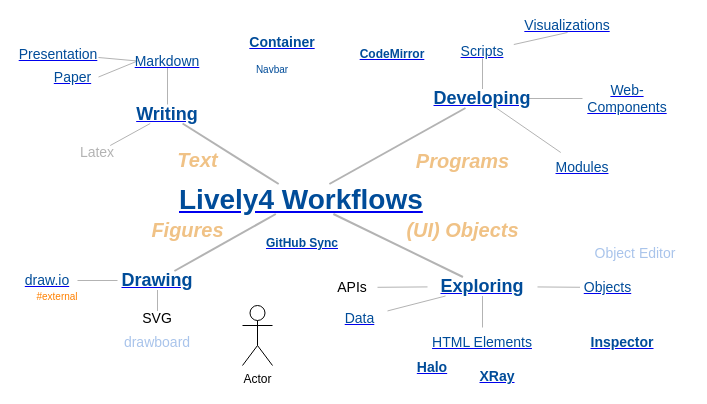
Above: doc/figures/workflows.drawio in LivelyKernel/lively4-core (draw.io), before the change. Source tidied: cells renumbered, new cells numbered last; positions are measured from the earlier drawing's top-left corner, leaving out a move shared by most shapes. Both pictures are drawn from the tidied source at 100%, with x=0, y=0 at pixel (17, 18).
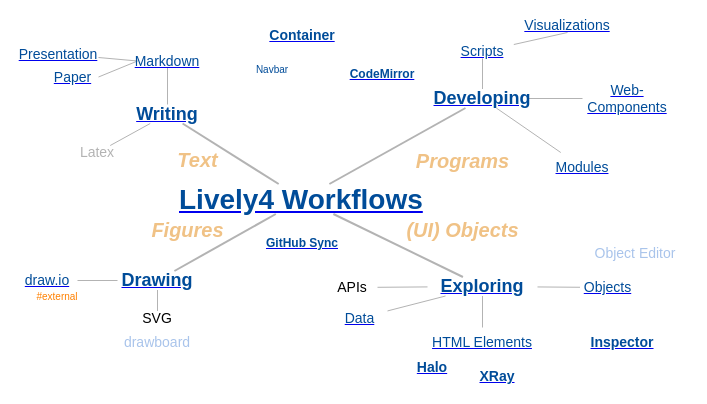
The same diagram, later.

Commit message:
Update Workflow diagram

SQUASHED: SQUASHED-AUTO-COMMIT-doc-figures-workflows.drawio,

Diff of the diagram source:
```diff
@@
     <mxCell id="33" value="&lt;a href=&quot;../tools/container.md&quot;&gt;&lt;font color=&quot;#004c99&quot;&gt;Container&lt;/font&gt;&lt;/a&gt;" style="text;html=1;strokeColor=none;fillColor=none;align=center;verticalAlign=middle;whiteSpace=wrap;rounded=0;fontSize=14;fontColor=#004C99;fontStyle=1;" parent="1" vertex="1">
-      <mxGeometry x="220" y="14" width="90" height="19" as="geometry" />
+      <mxGeometry x="240" y="7" width="90" height="19" as="geometry" />
     </mxCell>
@@
     <mxCell id="35" value="&lt;a href=&quot;../tools/codemirror.md&quot;&gt;&lt;font color=&quot;#004c99&quot;&gt;CodeMirror&lt;/font&gt;&lt;/a&gt;" style="text;html=1;strokeColor=none;fillColor=none;align=center;verticalAlign=middle;whiteSpace=wrap;rounded=0;fontSize=12;fontColor=#004C99;fontStyle=1;" parent="1" vertex="1">
-      <mxGeometry x="330" y="26" width="90" height="19" as="geometry" />
+      <mxGeometry x="320" y="46" width="90" height="19" as="geometry" />
     </mxCell>
@@
-    <mxCell id="53" value="Actor" style="shape=umlActor;verticalLabelPosition=bottom;labelBackgroundColor=#ffffff;verticalAlign=top;html=1;" parent="1" vertex="1">
-      <mxGeometry x="225" y="287" width="30" height="60" as="geometry" />
-    </mxCell>
```
